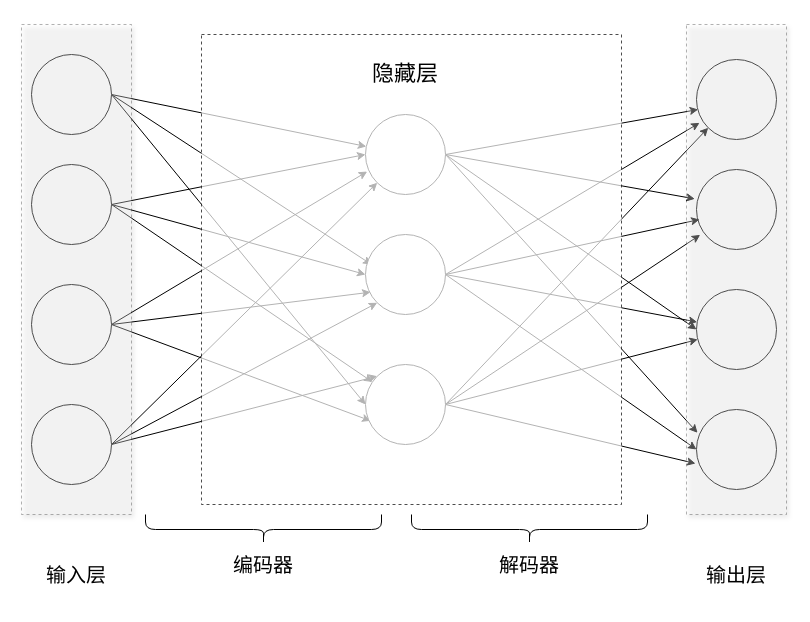
This is Untitled Diagram.drawio from zjunw/Conditional-GAN, a draw.io file, before an edit. Source tidied: cells renumbered, new cells numbered last; positions are measured from the earlier drawing's top-left corner, leaving out a move shared by most shapes. Both pictures are drawn from the tidied source at 100%, with x=0, y=0 at pixel (21, 24).
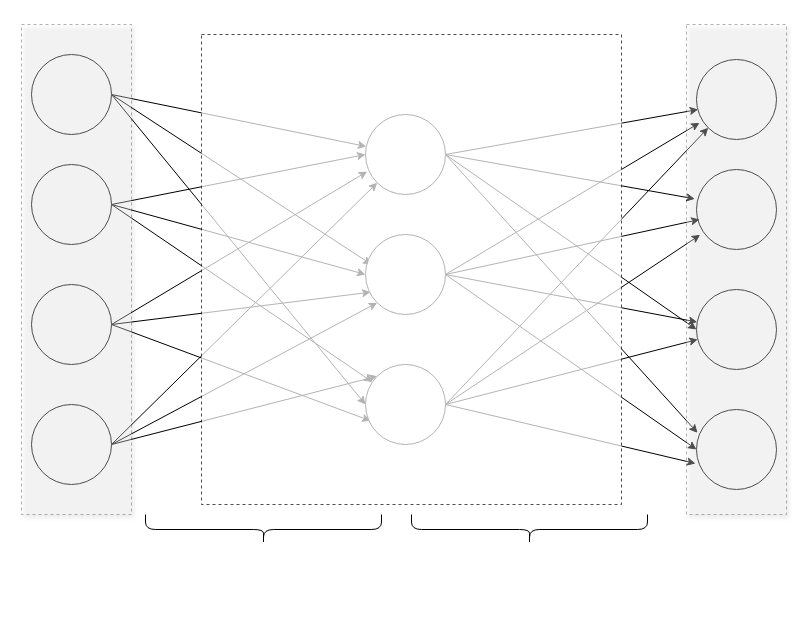
The same diagram, later.

Diff of the diagram source:
```diff
@@
-    <mxCell id="41" value="&lt;font style=&quot;font-size: 20px;&quot;&gt;输入层&lt;/font&gt;" style="rounded=0;whiteSpace=wrap;html=1;shadow=0;glass=0;dashed=1;sketch=0;opacity=0;" parent="1" vertex="1">
-      <mxGeometry y="520" width="110" height="60" as="geometry" />
-    </mxCell>
-    <mxCell id="42" value="&lt;span style=&quot;&quot;&gt;&lt;font style=&quot;font-size: 20px;&quot;&gt;输出层&lt;/font&gt;&lt;/span&gt;" style="rounded=0;whiteSpace=wrap;html=1;shadow=0;glass=0;dashed=1;sketch=0;opacity=0;" parent="1" vertex="1">
-      <mxGeometry x="660" y="520" width="110" height="60" as="geometry" />
-    </mxCell>
@@
-    <mxCell id="45" value="隐藏层" style="rounded=0;whiteSpace=wrap;html=1;shadow=0;glass=0;dashed=1;sketch=0;fontSize=22;opacity=0;" parent="1" vertex="1">
-      <mxGeometry x="324" y="20" width="120" height="60" as="geometry" />
-    </mxCell>
@@
-    <mxCell id="48" value="&lt;font style=&quot;font-size: 20px;&quot;&gt;编码器&lt;/font&gt;" style="rounded=0;whiteSpace=wrap;html=1;shadow=0;glass=0;dashed=1;sketch=0;opacity=0;" parent="1" vertex="1">
-      <mxGeometry x="187" y="510" width="110" height="60" as="geometry" />
-    </mxCell>
-    <mxCell id="49" value="&lt;pre&gt;&lt;font face=&quot;Tahoma&quot; style=&quot;font-size: 20px;&quot;&gt;解码器&lt;/font&gt;&lt;/pre&gt;" style="rounded=0;whiteSpace=wrap;html=1;shadow=0;glass=0;dashed=1;sketch=0;opacity=0;fontSize=14;" parent="1" vertex="1">
-      <mxGeometry x="453" y="510" width="110" height="60" as="geometry" />
-    </mxCell>
```
